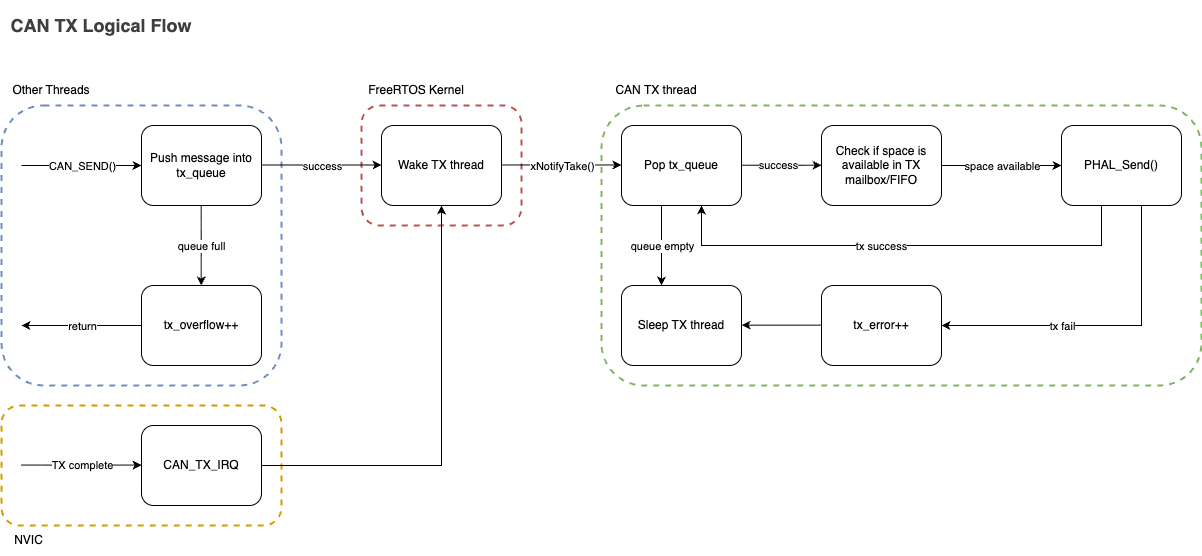
Above: common/can_library/can_tx_logic.drawio.png in PurdueElectricRacing/firmware (draw.io), before the change. Source tidied: cells renumbered, new cells last; positions are measured from the earlier drawing's top-left corner, leaving out a move shared by most shapes.
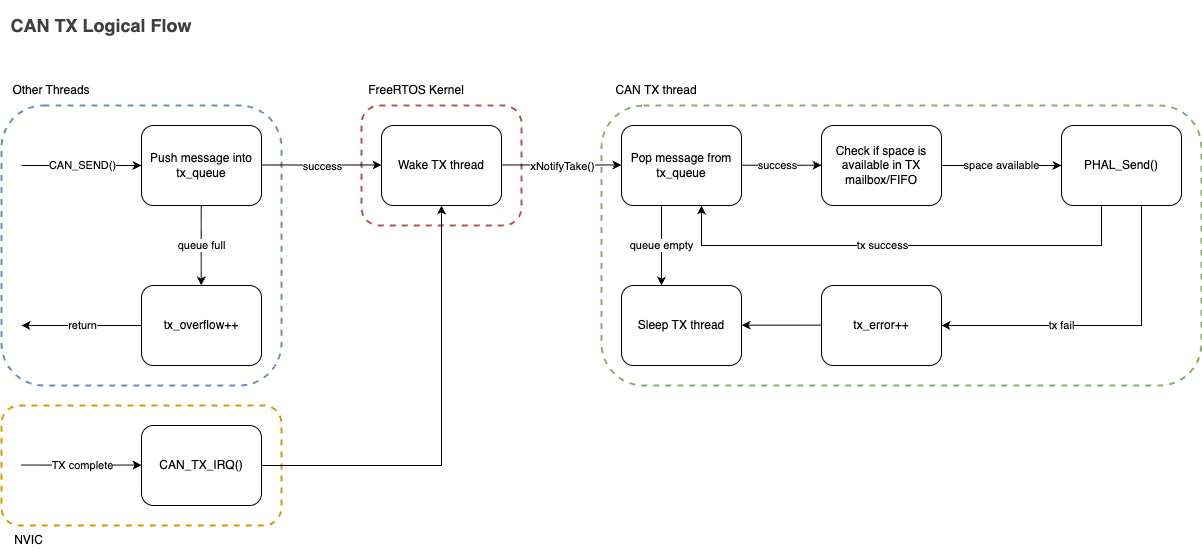
Later version of the same file.

Commit message:
better wording

What changed in the source:
```diff
@@ -122,7 +122,7 @@
     <mxCell id="28" value="Sleep TX thread" style="rounded=1;whiteSpace=wrap;html=1;" parent="1" vertex="1">
       <mxGeometry x="620" y="280" width="120" height="80" as="geometry" />
     </mxCell>
-    <mxCell id="29" value="CAN_TX_IRQ" style="rounded=1;whiteSpace=wrap;html=1;" parent="1" vertex="1">
+    <mxCell id="29" value="CAN_TX_IRQ()" style="rounded=1;whiteSpace=wrap;html=1;" parent="1" vertex="1">
       <mxGeometry x="140" y="420" width="120" height="80" as="geometry" />
     </mxCell>
     <mxCell id="30" style="endArrow=classic;html=1;" parent="1" edge="1">
@@ -151,7 +151,7 @@
     <mxCell id="34" value="CAN TX thread" style="text;html=1;align=center;verticalAlign=middle;whiteSpace=wrap;rounded=0;" parent="1" vertex="1">
       <mxGeometry x="600" y="70" width="110" height="30" as="geometry" />
     </mxCell>
-    <mxCell id="35" value="Pop tx_queue" style="rounded=1;whiteSpace=wrap;html=1;" parent="1" vertex="1">
+    <mxCell id="35" value="Pop message from tx_queue" style="rounded=1;whiteSpace=wrap;html=1;" parent="1" vertex="1">
       <mxGeometry x="620" y="120" width="120" height="80" as="geometry" />
     </mxCell>
     <mxCell id="36" style="endArrow=classic;html=1;" parent="1" edge="1">
```
